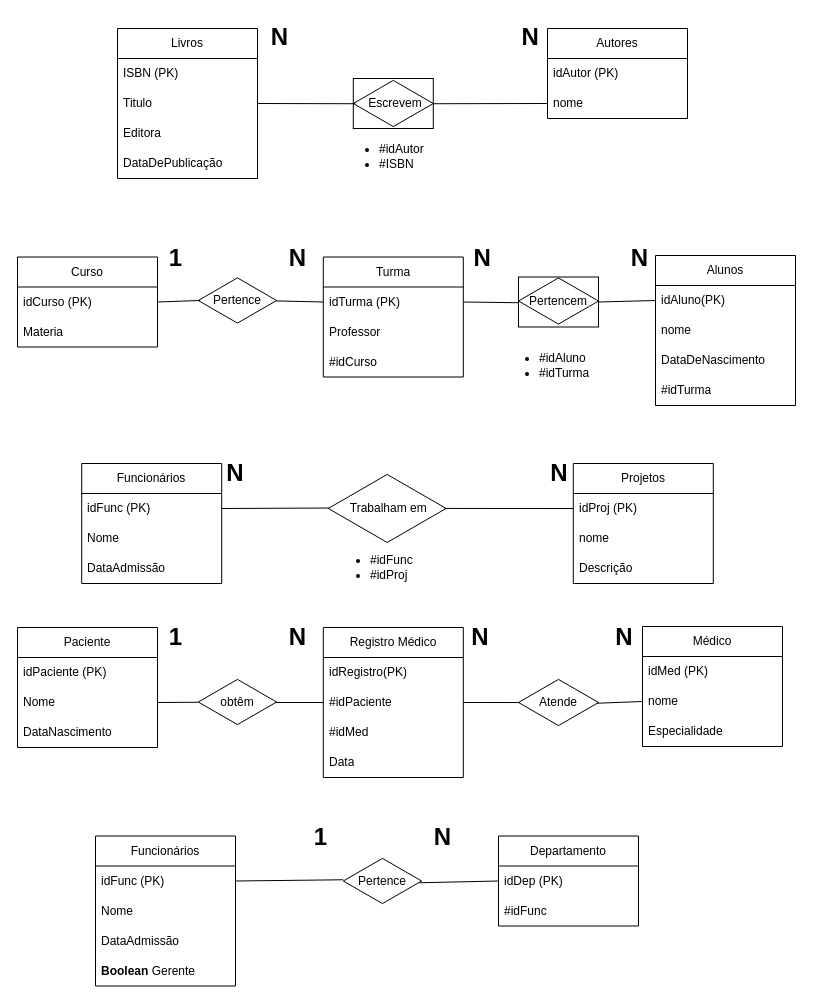
This is Atividades_Diagramas/Lista1/ex1.drawio from gmgpx/DataBase, a draw.io file, before an edit. Source tidied: cells renumbered, new cells numbered last; positions are measured from the earlier drawing's top-left corner, leaving out a move shared by most shapes. Both pictures are drawn from the tidied source at 100%, with x=0, y=0 at pixel (17, 17).
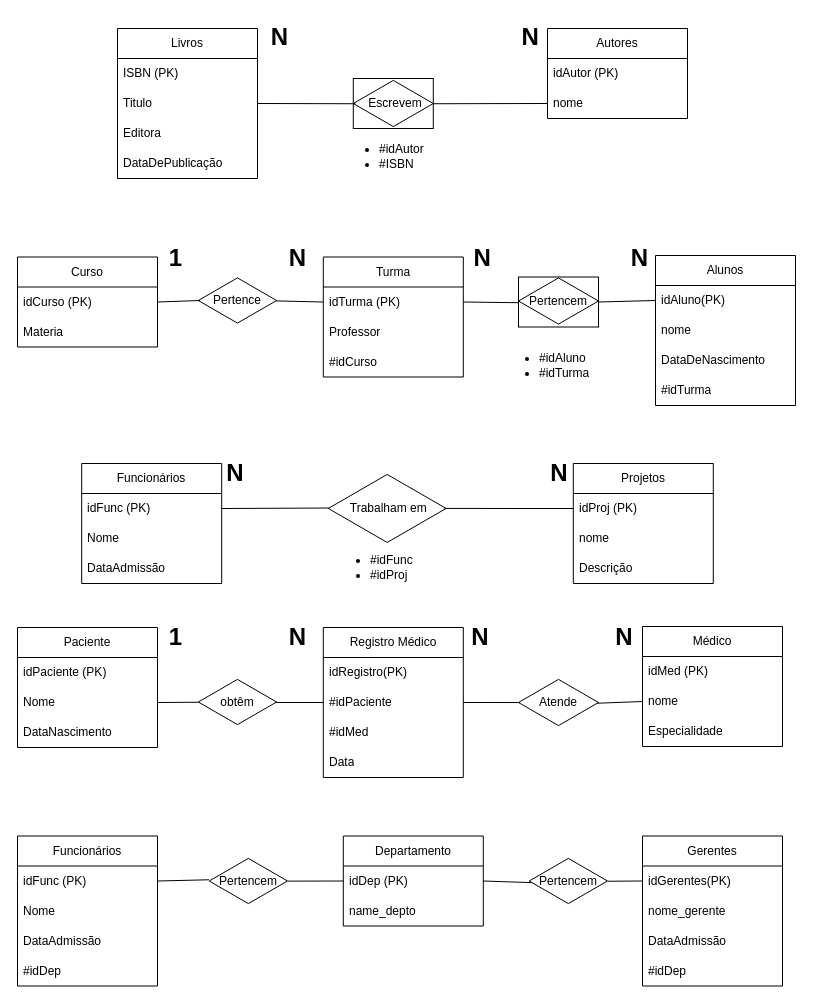
The same diagram, later.

Unchanged cells that the change refers to:
```xml
<mxCell id="69" value="idDep (PK)" style="text;strokeColor=none;fillColor=none;align=left;verticalAlign=middle;spacingLeft=4;spacingRight=4;overflow=hidden;points=[[0,0.5],[1,0.5]];portConstraint=eastwest;whiteSpace=wrap;html=1;" parent="68" vertex="1">
  <mxGeometry y="30" width="140" height="30" as="geometry" />
</mxCell>
```

Change to the diagram source:
```diff
@@
-    <mxCell id="67" value="1&amp;nbsp; &amp;nbsp; &amp;nbsp; &amp;nbsp; &amp;nbsp; &amp;nbsp; &amp;nbsp; &amp;nbsp; N" style="text;strokeColor=none;fillColor=none;html=1;fontSize=24;fontStyle=1;verticalAlign=middle;align=center;" parent="1" vertex="1">
-      <mxGeometry x="315" y="800" width="100" height="40" as="geometry" />
-    </mxCell>
     <mxCell id="68" value="Departamento" style="swimlane;fontStyle=0;horizontal=1;startSize=30;whiteSpace=wrap;html=1;" parent="1" vertex="1">
-      <mxGeometry x="481" y="818.5" width="140" height="90" as="geometry" />
+      <mxGeometry x="325.8" y="818.5" width="140" height="90" as="geometry" />
     </mxCell>
@@
-    <mxCell id="70" value="#idFunc" style="text;strokeColor=none;fillColor=none;align=left;verticalAlign=middle;spacingLeft=4;spacingRight=4;overflow=hidden;whiteSpace=wrap;html=1;" parent="68" vertex="1">
-      <mxGeometry y="60" width="140" height="30" as="geometry" />
-    </mxCell>
+    <mxCell id="86" value="name_depto" style="text;strokeColor=none;fillColor=none;align=left;verticalAlign=middle;spacingLeft=4;spacingRight=4;overflow=hidden;whiteSpace=wrap;html=1;" parent="68" vertex="1">
+      <mxGeometry y="60" width="140" height="30" as="geometry" />
+    </mxCell>
     <mxCell id="71" value="Funcionários" style="swimlane;fontStyle=0;horizontal=1;startSize=30;whiteSpace=wrap;html=1;" parent="1" vertex="1">
-      <mxGeometry x="78" y="818.5" width="140" height="150" as="geometry" />
+      <mxGeometry y="818.5" width="140" height="150" as="geometry" />
     </mxCell>
@@
-    <mxCell id="75" value="&lt;b&gt;Boolean &lt;/b&gt;Gerente" style="text;strokeColor=none;fillColor=none;align=left;verticalAlign=middle;spacingLeft=4;spacingRight=4;overflow=hidden;whiteSpace=wrap;html=1;" parent="71" vertex="1">
+    <mxCell id="75" value="#idDep" style="text;strokeColor=none;fillColor=none;align=left;verticalAlign=middle;spacingLeft=4;spacingRight=4;overflow=hidden;whiteSpace=wrap;html=1;" parent="71" vertex="1">
       <mxGeometry y="120" width="140" height="30" as="geometry" />
     </mxCell>
-    <mxCell id="76" value="Pertence" style="html=1;whiteSpace=wrap;shape=isoRectangle;" parent="1" vertex="1">
-      <mxGeometry x="325.8" y="840" width="78.3" height="47" as="geometry" />
+    <mxCell id="76" value="Pertencem" style="html=1;whiteSpace=wrap;shape=isoRectangle;" parent="1" vertex="1">
+      <mxGeometry x="191.7" y="840" width="78.3" height="47" as="geometry" />
     </mxCell>
-    <mxCell id="77" style="endArrow=none;html=1;rounded=0;exitX=0.973;exitY=0.537;exitDx=0;exitDy=0;exitPerimeter=0;entryX=0;entryY=0.5;entryDx=0;entryDy=0;" parent="1" edge="1" source="76" target="69">
+    <mxCell id="77" style="endArrow=none;html=1;rounded=0;entryX=0;entryY=0.5;entryDx=0;entryDy=0;exitX=1.005;exitY=0.503;exitDx=0;exitDy=0;exitPerimeter=0;" parent="1" edge="1" source="76" target="69">
       <mxGeometry relative="1" as="geometry" />
     </mxCell>
@@
+    <mxCell id="87" value="Gerentes" style="swimlane;fontStyle=0;horizontal=1;startSize=30;whiteSpace=wrap;html=1;" parent="1" vertex="1">
+      <mxGeometry x="625" y="818.5" width="140" height="150" as="geometry" />
+    </mxCell>
+    <mxCell id="88" value="idGerentes(PK)" style="text;strokeColor=none;fillColor=none;align=left;verticalAlign=middle;spacingLeft=4;spacingRight=4;overflow=hidden;points=[[0,0.5],[1,0.5]];portConstraint=eastwest;whiteSpace=wrap;html=1;" parent="87" vertex="1">
+      <mxGeometry y="30" width="140" height="30" as="geometry" />
+    </mxCell>
+    <mxCell id="89" value="nome_gerente" style="text;strokeColor=none;fillColor=none;align=left;verticalAlign=middle;spacingLeft=4;spacingRight=4;overflow=hidden;whiteSpace=wrap;html=1;" parent="87" vertex="1">
+      <mxGeometry y="60" width="140" height="30" as="geometry" />
+    </mxCell>
+    <mxCell id="90" value="DataAdmissão" style="text;strokeColor=none;fillColor=none;align=left;verticalAlign=middle;spacingLeft=4;spacingRight=4;overflow=hidden;whiteSpace=wrap;html=1;" parent="87" vertex="1">
+      <mxGeometry y="90" width="140" height="30" as="geometry" />
+    </mxCell>
+    <mxCell id="91" value="#idDep" style="text;strokeColor=none;fillColor=none;align=left;verticalAlign=middle;spacingLeft=4;spacingRight=4;overflow=hidden;whiteSpace=wrap;html=1;" parent="87" vertex="1">
+      <mxGeometry y="120" width="140" height="30" as="geometry" />
+    </mxCell>
+    <mxCell id="92" style="endArrow=none;html=1;entryX=0.036;entryY=0.535;entryDx=0;entryDy=0;entryPerimeter=0;exitX=1;exitY=0.5;exitDx=0;exitDy=0;" parent="1" edge="1" source="69" target="94">
+      <mxGeometry relative="1" as="geometry" />
+    </mxCell>
+    <mxCell id="93" style="endArrow=none;html=1;entryX=0;entryY=0.5;entryDx=0;entryDy=0;exitX=1.004;exitY=0.505;exitDx=0;exitDy=0;exitPerimeter=0;" parent="1" edge="1" source="94" target="88">
+      <mxGeometry relative="1" as="geometry" />
+    </mxCell>
+    <mxCell id="94" value="Pertencem" style="html=1;whiteSpace=wrap;shape=isoRectangle;" parent="1" vertex="1">
+      <mxGeometry x="511.7" y="840" width="78.3" height="47" as="geometry" />
+    </mxCell>
```
